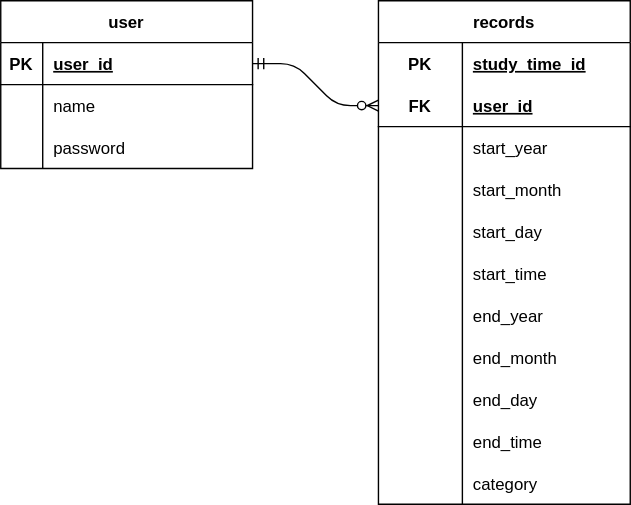
The draw.io diagram docs/images/ER図.drawio.svg in GenkiKishikawa/study-time-app, before a commit. Source tidied: cells renumbered, new cells last; positions are measured from the earlier drawing's top-left corner, leaving out a move shared by most shapes.
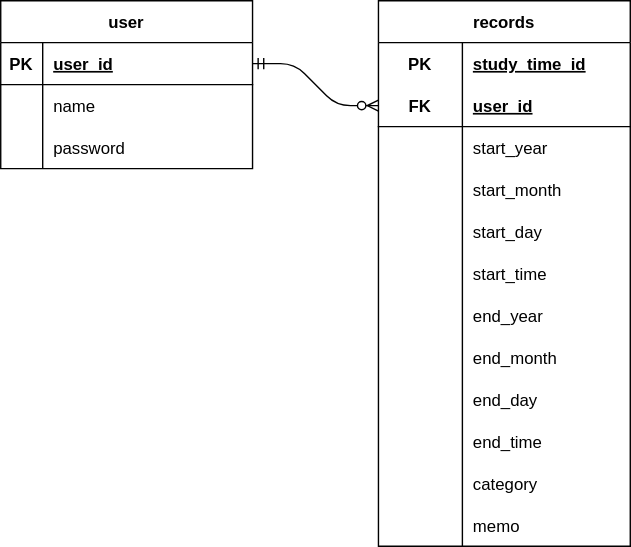
Later version of the same file.

What changed in the source:
```diff
@@ -33,7 +33,7 @@
       <mxGeometry x="30" width="150" height="30" as="geometry" />
     </mxCell>
     <mxCell id="12" value="records" style="shape=table;startSize=30;rowLines=0;fontStyle=1;align=center;" parent="1" vertex="1">
-      <mxGeometry x="270" width="180" height="360" as="geometry" />
+      <mxGeometry x="270" width="180" height="390" as="geometry" />
     </mxCell>
     <mxCell id="13" style="shape=tableRow;horizontal=0;startSize=0;swimlaneHead=0;swimlaneBody=0;fillColor=none;top=0;left=0;right=0;bottom=0;" parent="12" vertex="1">
       <mxGeometry y="30" width="180" height="30" as="geometry" />
@@ -134,6 +134,15 @@
     <mxCell id="45" value="category" style="shape=partialRectangle;fillColor=none;top=0;left=0;bottom=0;right=0;align=left;spacingLeft=6;overflow=hidden;" parent="43" vertex="1">
       <mxGeometry x="60" width="120" height="30" as="geometry" />
     </mxCell>
+    <mxCell id="47" style="shape=tableRow;horizontal=0;startSize=0;swimlaneHead=0;swimlaneBody=0;fillColor=none;top=0;left=0;right=0;bottom=0;" parent="12" vertex="1">
+      <mxGeometry y="360" width="180" height="30" as="geometry" />
+    </mxCell>
+    <mxCell id="48" style="shape=partialRectangle;fillColor=none;top=0;left=0;bottom=0;right=0;overflow=hidden;" parent="47" vertex="1">
+      <mxGeometry width="60" height="30" as="geometry" />
+    </mxCell>
+    <mxCell id="49" value="memo" style="shape=partialRectangle;fillColor=none;top=0;left=0;bottom=0;right=0;align=left;spacingLeft=6;overflow=hidden;" parent="47" vertex="1">
+      <mxGeometry x="60" width="120" height="30" as="geometry" />
+    </mxCell>
     <mxCell id="46" style="edgeStyle=entityRelationEdgeStyle;fontSize=12;html=1;endArrow=ERzeroToMany;startArrow=ERmandOne;exitX=1;exitY=0.5;exitDx=0;exitDy=0;entryX=0;entryY=0.5;entryDx=0;entryDy=0;" parent="1" edge="1" source="3" target="16">
       <mxGeometry relative="1" as="geometry" />
     </mxCell>
```
